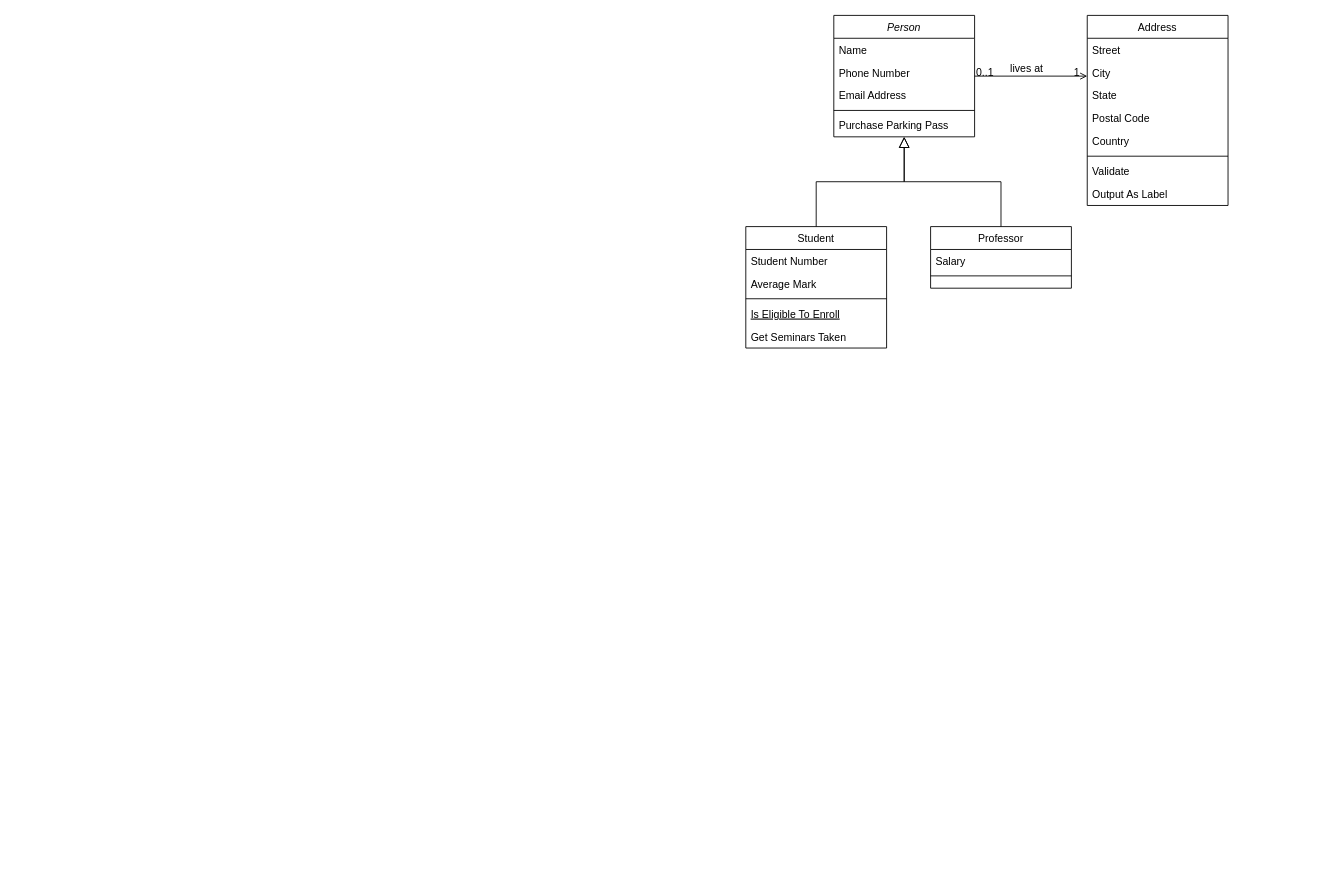
chenxuzy/ThreadPool keeps this draw.io diagram as p2p.drawio. Above is the earlier version. Source tidied: cells renumbered, new cells numbered last; positions are measured from the earlier drawing's top-left corner, leaving out a move shared by most shapes. Both pictures are drawn from the tidied source at 88%, with x=0, y=0 at pixel (745, 15).
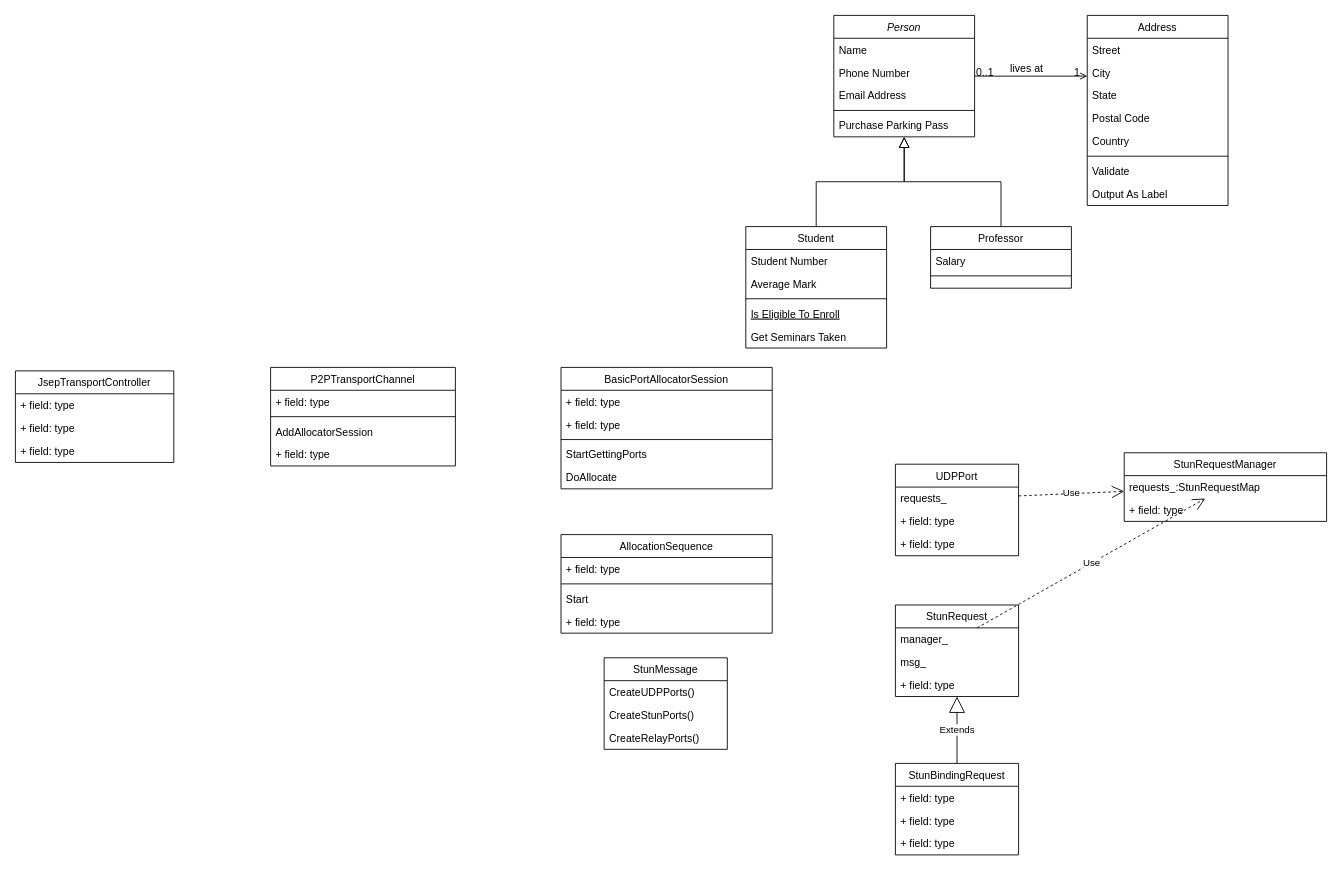
The same diagram, later.

Diff of the diagram source:
```diff
@@
+    <mxCell id="32" value="UDPPort" style="swimlane;fontStyle=0;horizontal=1;startSize=26;fillColor=none;" parent="1" vertex="1">
+      <mxGeometry x="170" y="510" width="140" height="104" as="geometry" />
+    </mxCell>
+    <mxCell id="33" value="requests_" style="text;strokeColor=none;fillColor=none;align=left;verticalAlign=top;spacingLeft=4;spacingRight=4;overflow=hidden;points=[[0,0.5],[1,0.5]];portConstraint=eastwest;" parent="32" vertex="1">
+      <mxGeometry y="26" width="140" height="26" as="geometry" />
+    </mxCell>
+    <mxCell id="34" value="+ field: type" style="text;strokeColor=none;fillColor=none;align=left;verticalAlign=top;spacingLeft=4;spacingRight=4;overflow=hidden;" parent="32" vertex="1">
+      <mxGeometry y="52" width="140" height="26" as="geometry" />
+    </mxCell>
+    <mxCell id="35" value="+ field: type" style="text;strokeColor=none;fillColor=none;align=left;verticalAlign=top;spacingLeft=4;spacingRight=4;overflow=hidden;" parent="32" vertex="1">
+      <mxGeometry y="78" width="140" height="26" as="geometry" />
+    </mxCell>
+    <mxCell id="36" value="StunRequestManager" style="swimlane;fontStyle=0;horizontal=1;startSize=26;fillColor=none;" parent="1" vertex="1">
+      <mxGeometry x="430" y="497" width="230" height="78" as="geometry" />
+    </mxCell>
+    <mxCell id="37" value="requests_:StunRequestMap&#10;&#10;" style="text;strokeColor=none;fillColor=none;align=left;verticalAlign=top;spacingLeft=4;spacingRight=4;overflow=hidden;points=[[0,0.5],[1,0.5]];portConstraint=eastwest;" parent="36" vertex="1">
+      <mxGeometry y="26" width="230" height="26" as="geometry" />
+    </mxCell>
+    <mxCell id="38" value="+ field: type" style="text;strokeColor=none;fillColor=none;align=left;verticalAlign=top;spacingLeft=4;spacingRight=4;overflow=hidden;" parent="36" vertex="1">
+      <mxGeometry y="52" width="230" height="26" as="geometry" />
+    </mxCell>
+    <mxCell id="39" value="StunBindingRequest" style="swimlane;fontStyle=0;horizontal=1;startSize=26;fillColor=none;" parent="1" vertex="1">
+      <mxGeometry x="170" y="850" width="140" height="104" as="geometry" />
+    </mxCell>
+    <mxCell id="40" value="+ field: type" style="text;strokeColor=none;fillColor=none;align=left;verticalAlign=top;spacingLeft=4;spacingRight=4;overflow=hidden;" parent="39" vertex="1">
+      <mxGeometry y="26" width="140" height="26" as="geometry" />
+    </mxCell>
+    <mxCell id="41" value="+ field: type" style="text;strokeColor=none;fillColor=none;align=left;verticalAlign=top;spacingLeft=4;spacingRight=4;overflow=hidden;" parent="39" vertex="1">
+      <mxGeometry y="52" width="140" height="26" as="geometry" />
+    </mxCell>
+    <mxCell id="42" value="+ field: type" style="text;strokeColor=none;fillColor=none;align=left;verticalAlign=top;spacingLeft=4;spacingRight=4;overflow=hidden;" parent="39" vertex="1">
+      <mxGeometry y="78" width="140" height="26" as="geometry" />
+    </mxCell>
+    <mxCell id="43" value="StunRequest" style="swimlane;fontStyle=0;horizontal=1;startSize=26;fillColor=none;" parent="1" vertex="1">
+      <mxGeometry x="170" y="670" width="140" height="104" as="geometry" />
+    </mxCell>
+    <mxCell id="44" value="manager_" style="text;strokeColor=none;fillColor=none;align=left;verticalAlign=top;spacingLeft=4;spacingRight=4;overflow=hidden;points=[[0,0.5],[1,0.5]];portConstraint=eastwest;" parent="43" vertex="1">
+      <mxGeometry y="26" width="140" height="26" as="geometry" />
+    </mxCell>
+    <mxCell id="45" value="msg_" style="text;strokeColor=none;fillColor=none;align=left;verticalAlign=top;spacingLeft=4;spacingRight=4;overflow=hidden;" parent="43" vertex="1">
+      <mxGeometry y="52" width="140" height="26" as="geometry" />
+    </mxCell>
+    <mxCell id="46" value="+ field: type" style="text;strokeColor=none;fillColor=none;align=left;verticalAlign=top;spacingLeft=4;spacingRight=4;overflow=hidden;" parent="43" vertex="1">
+      <mxGeometry y="78" width="140" height="26" as="geometry" />
+    </mxCell>
+    <mxCell id="47" value="Use" style="endArrow=open;endSize=12;dashed=1;html=1;rounded=0;" parent="1" edge="1" source="33" target="36">
+      <mxGeometry relative="1" as="geometry" />
+    </mxCell>
+    <mxCell id="48" value="Extends" style="endArrow=block;endSize=16;endFill=0;html=1;rounded=0;" parent="1" edge="1" source="39" target="43">
+      <mxGeometry relative="1" as="geometry" />
+    </mxCell>
+    <mxCell id="49" value="Use" style="endArrow=open;endSize=12;dashed=1;html=1;rounded=0;" parent="1" edge="1" source="44" target="37">
+      <mxGeometry relative="1" as="geometry" />
+    </mxCell>
+    <mxCell id="50" value="StunMessage" style="swimlane;fontStyle=0;horizontal=1;startSize=26;fillColor=none;" parent="1" vertex="1">
+      <mxGeometry x="-161" y="730" width="140" height="104" as="geometry" />
+    </mxCell>
+    <mxCell id="51" value="CreateUDPPorts()" style="text;strokeColor=none;fillColor=none;align=left;verticalAlign=top;spacingLeft=4;spacingRight=4;overflow=hidden;" parent="50" vertex="1">
+      <mxGeometry y="26" width="140" height="26" as="geometry" />
+    </mxCell>
+    <mxCell id="52" value="CreateStunPorts()" style="text;strokeColor=none;fillColor=none;align=left;verticalAlign=top;spacingLeft=4;spacingRight=4;overflow=hidden;" parent="50" vertex="1">
+      <mxGeometry y="52" width="140" height="26" as="geometry" />
+    </mxCell>
+    <mxCell id="53" value="CreateRelayPorts()" style="text;strokeColor=none;fillColor=none;align=left;verticalAlign=top;spacingLeft=4;spacingRight=4;overflow=hidden;" parent="50" vertex="1">
+      <mxGeometry y="78" width="140" height="26" as="geometry" />
+    </mxCell>
+    <mxCell id="54" value="BasicPortAllocatorSession" style="swimlane;fontStyle=0;horizontal=1;startSize=26;fillColor=none;" parent="1" vertex="1">
+      <mxGeometry x="-210" y="400" width="240" height="138" as="geometry" />
+    </mxCell>
+    <mxCell id="55" value="+ field: type" style="text;strokeColor=none;fillColor=none;align=left;verticalAlign=top;spacingLeft=4;spacingRight=4;overflow=hidden;" parent="54" vertex="1">
+      <mxGeometry y="26" width="240" height="26" as="geometry" />
+    </mxCell>
+    <mxCell id="56" value="+ field: type" style="text;strokeColor=none;fillColor=none;align=left;verticalAlign=top;spacingLeft=4;spacingRight=4;overflow=hidden;" parent="54" vertex="1">
+      <mxGeometry y="52" width="240" height="26" as="geometry" />
+    </mxCell>
+    <mxCell id="57" style="line;strokeWidth=1;fillColor=none;align=left;verticalAlign=middle;spacingTop=-1;spacingLeft=3;spacingRight=3;labelPosition=right;" parent="54" vertex="1">
+      <mxGeometry y="78" width="240" height="8" as="geometry" />
+    </mxCell>
+    <mxCell id="58" value="StartGettingPorts" style="text;strokeColor=none;fillColor=none;align=left;verticalAlign=top;spacingLeft=4;spacingRight=4;overflow=hidden;" parent="54" vertex="1">
+      <mxGeometry y="86" width="240" height="26" as="geometry" />
+    </mxCell>
+    <mxCell id="59" value="DoAllocate" style="text;strokeColor=none;fillColor=none;align=left;verticalAlign=top;spacingLeft=4;spacingRight=4;overflow=hidden;" parent="54" vertex="1">
+      <mxGeometry y="112" width="240" height="26" as="geometry" />
+    </mxCell>
+    <mxCell id="60" value="AllocationSequence" style="swimlane;fontStyle=0;horizontal=1;startSize=26;fillColor=none;" parent="1" vertex="1">
+      <mxGeometry x="-210" y="590" width="240" height="112" as="geometry" />
+    </mxCell>
+    <mxCell id="61" value="+ field: type" style="text;strokeColor=none;fillColor=none;align=left;verticalAlign=top;spacingLeft=4;spacingRight=4;overflow=hidden;" parent="60" vertex="1">
+      <mxGeometry y="26" width="240" height="26" as="geometry" />
+    </mxCell>
+    <mxCell id="62" style="line;strokeWidth=1;fillColor=none;align=left;verticalAlign=middle;spacingTop=-1;spacingLeft=3;spacingRight=3;labelPosition=right;" parent="60" vertex="1">
+      <mxGeometry y="52" width="240" height="8" as="geometry" />
+    </mxCell>
+    <mxCell id="63" value="Start" style="text;strokeColor=none;fillColor=none;align=left;verticalAlign=top;spacingLeft=4;spacingRight=4;overflow=hidden;" parent="60" vertex="1">
+      <mxGeometry y="60" width="240" height="26" as="geometry" />
+    </mxCell>
+    <mxCell id="64" value="+ field: type" style="text;strokeColor=none;fillColor=none;align=left;verticalAlign=top;spacingLeft=4;spacingRight=4;overflow=hidden;" parent="60" vertex="1">
+      <mxGeometry y="86" width="240" height="26" as="geometry" />
+    </mxCell>
+    <mxCell id="65" value="P2PTransportChannel" style="swimlane;fontStyle=0;horizontal=1;startSize=26;fillColor=none;" parent="1" vertex="1">
+      <mxGeometry x="-540" y="400" width="210" height="112" as="geometry" />
+    </mxCell>
+    <mxCell id="66" value="+ field: type" style="text;strokeColor=none;fillColor=none;align=left;verticalAlign=top;spacingLeft=4;spacingRight=4;overflow=hidden;" parent="65" vertex="1">
+      <mxGeometry y="26" width="210" height="26" as="geometry" />
+    </mxCell>
+    <mxCell id="67" style="line;strokeWidth=1;fillColor=none;align=left;verticalAlign=middle;spacingTop=-1;spacingLeft=3;spacingRight=3;labelPosition=right;" parent="65" vertex="1">
+      <mxGeometry y="52" width="210" height="8" as="geometry" />
+    </mxCell>
+    <mxCell id="68" value="AddAllocatorSession" style="text;strokeColor=none;fillColor=none;align=left;verticalAlign=top;spacingLeft=4;spacingRight=4;overflow=hidden;" parent="65" vertex="1">
+      <mxGeometry y="60" width="210" height="26" as="geometry" />
+    </mxCell>
+    <mxCell id="69" value="+ field: type" style="text;strokeColor=none;fillColor=none;align=left;verticalAlign=top;spacingLeft=4;spacingRight=4;overflow=hidden;" parent="65" vertex="1">
+      <mxGeometry y="86" width="210" height="26" as="geometry" />
+    </mxCell>
+    <mxCell id="70" value="JsepTransportController" style="swimlane;fontStyle=0;horizontal=1;startSize=26;fillColor=none;" parent="1" vertex="1">
+      <mxGeometry x="-830" y="404" width="180" height="104" as="geometry" />
+    </mxCell>
+    <mxCell id="71" value="+ field: type" style="text;strokeColor=none;fillColor=none;align=left;verticalAlign=top;spacingLeft=4;spacingRight=4;overflow=hidden;" parent="70" vertex="1">
+      <mxGeometry y="26" width="180" height="26" as="geometry" />
+    </mxCell>
+    <mxCell id="72" value="+ field: type" style="text;strokeColor=none;fillColor=none;align=left;verticalAlign=top;spacingLeft=4;spacingRight=4;overflow=hidden;" parent="70" vertex="1">
+      <mxGeometry y="52" width="180" height="26" as="geometry" />
+    </mxCell>
+    <mxCell id="73" value="+ field: type" style="text;strokeColor=none;fillColor=none;align=left;verticalAlign=top;spacingLeft=4;spacingRight=4;overflow=hidden;" parent="70" vertex="1">
+      <mxGeometry y="78" width="180" height="26" as="geometry" />
+    </mxCell>
```
